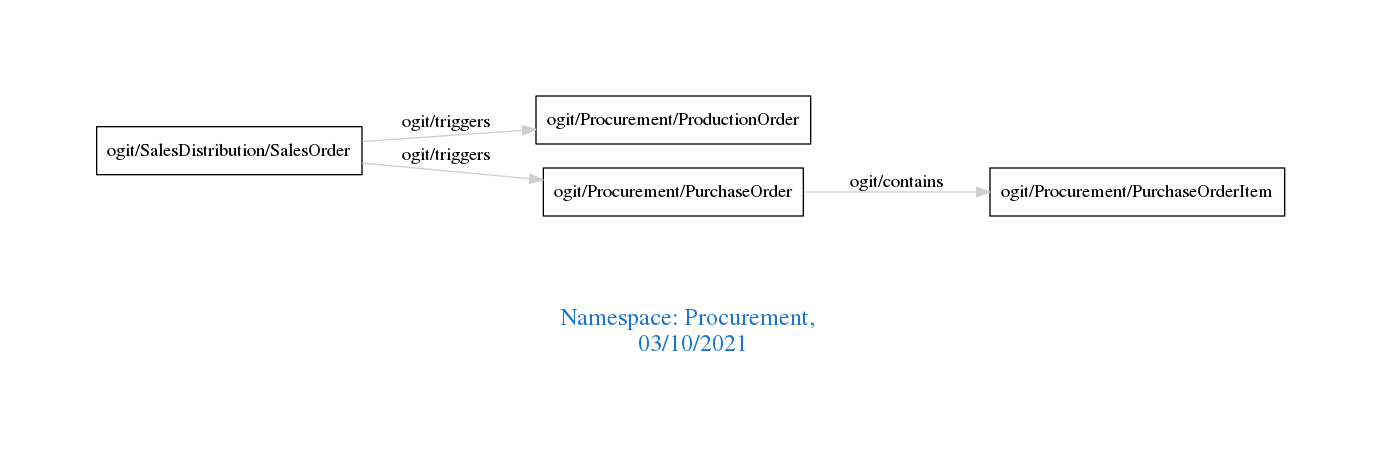
The Graphviz diagram downloads/Procurement.png in arago/OGIT, before a commit. Its source is kept beside it as downloads/Procurement.dot.
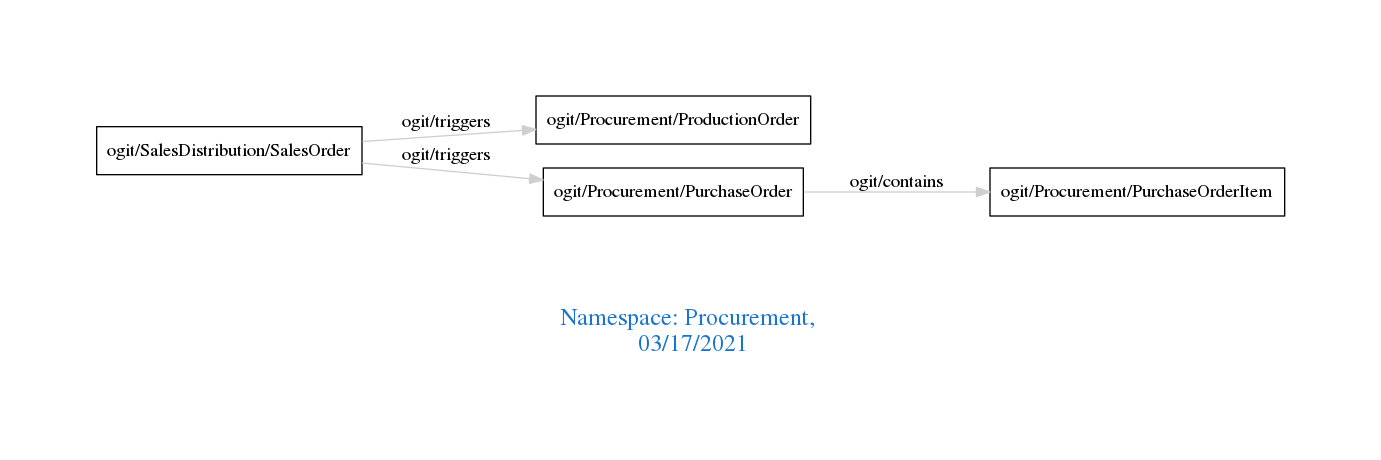
After the commit.

Change to the diagram source:
```diff
@@ -1,7 +1,7 @@
 digraph OGIT_ontology {
  graph [ rankdir= LR,pad=1
 fontsize = 18,
-fontcolor= dodgerblue3,label = "\n\n\nNamespace: Procurement, \n 03/10/2021"];
+fontcolor= dodgerblue3,label = "\n\n\nNamespace: Procurement, \n 03/17/2021"];
 node[shape=polygon];
 edge [  color="gray81"];
 
```
